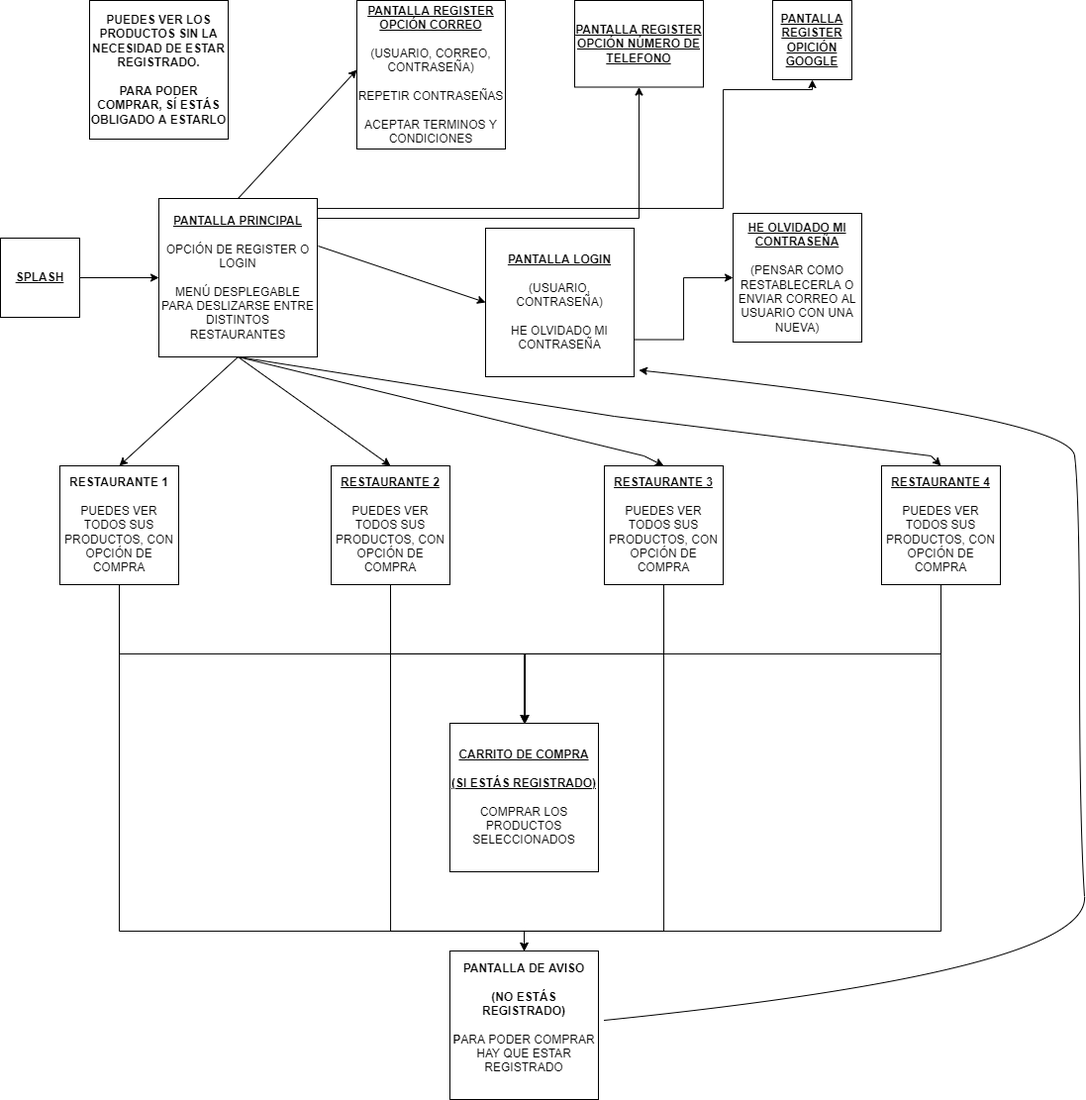
Earlier version of the draw.io export Diagrama sin título.drawio.png (angelcriber99/jerou). Source tidied: cells renumbered, new cells last; positions are measured from the earlier drawing's top-left corner, leaving out a move shared by most shapes.
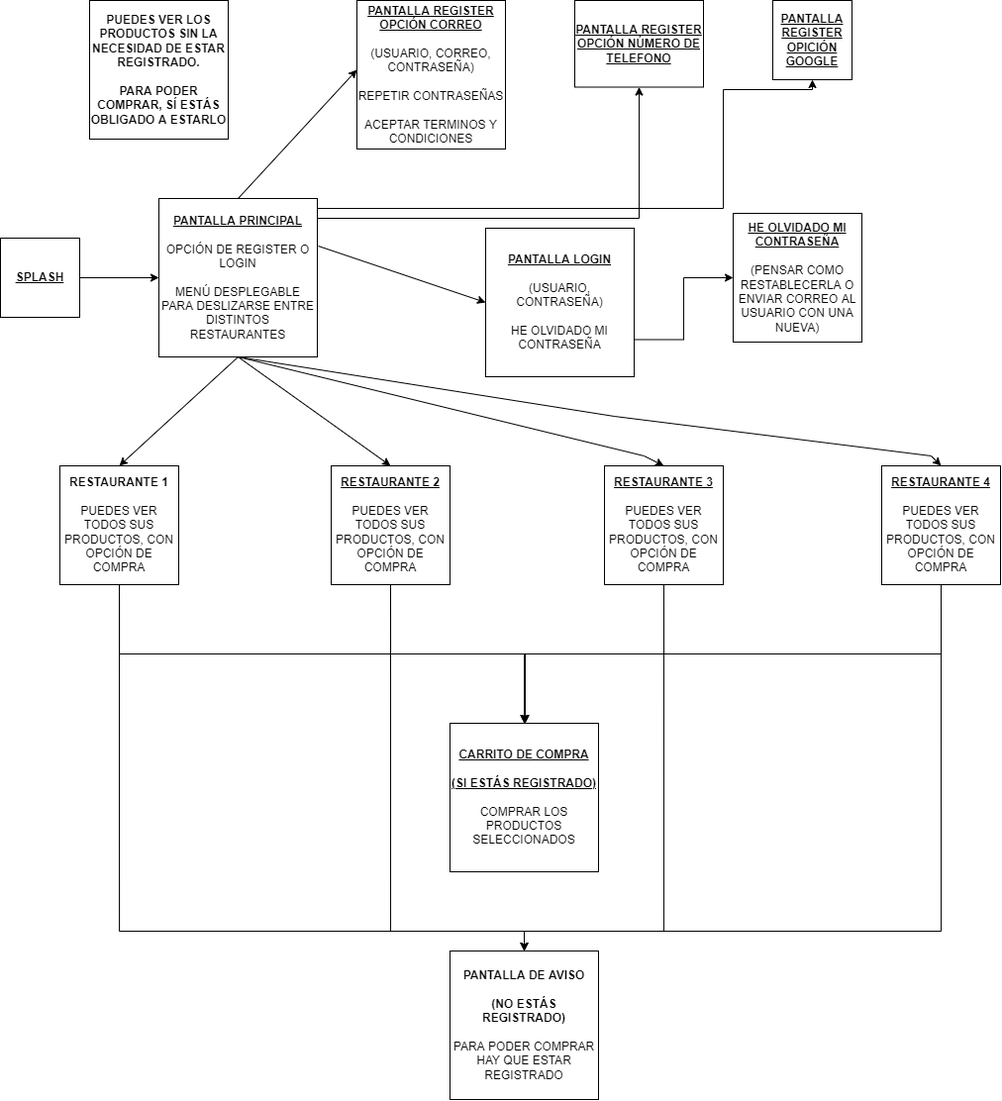
The same diagram one commit later.

The edit, as a diff of the source:
```diff
@@ -147,19 +147,8 @@
     <mxCell id="32" value="&lt;u style=&quot;font-weight: bold&quot;&gt;CARRITO DE COMPRA&lt;/u&gt;&lt;br&gt;&lt;br&gt;&lt;u style=&quot;font-weight: bold&quot;&gt;(SI ESTÁS REGISTRADO)&lt;/u&gt;&lt;br&gt;&lt;br&gt;COMPRAR LOS PRODUCTOS SELECCIONADOS" style="whiteSpace=wrap;html=1;" parent="1" vertex="1">
       <mxGeometry x="454" y="730" width="150" height="150" as="geometry" />
     </mxCell>
-    <mxCell id="33" value="&lt;b&gt;PANTALLA DE AVISO&lt;/b&gt;&lt;br&gt;&lt;br&gt;&lt;b&gt;(NO ESTÁS REGISTRADO)&lt;/b&gt;&lt;br&gt;&lt;br&gt;&lt;b&gt;P&lt;/b&gt;ARA PODER COMPRAR HAY QUE ESTAR REGISTRADO&lt;br&gt;&lt;br&gt;" style="whiteSpace=wrap;html=1;" parent="1" vertex="1">
+    <mxCell id="33" value="&lt;b&gt;PANTALLA DE AVISO&lt;/b&gt;&lt;br&gt;&lt;br&gt;&lt;b&gt;(NO ESTÁS REGISTRADO)&lt;/b&gt;&lt;br&gt;&lt;br&gt;PARA PODER COMPRAR HAY QUE ESTAR REGISTRADO&lt;br&gt;" style="whiteSpace=wrap;html=1;" parent="1" vertex="1">
       <mxGeometry x="454" y="960" width="150" height="150" as="geometry" />
     </mxCell>
-    <mxCell id="34" style="curved=1;endArrow=classic;html=1;rounded=0;entryX=1.033;entryY=0.956;entryDx=0;entryDy=0;entryPerimeter=0;" parent="1" edge="1" target="9">
-      <mxGeometry relative="1" as="geometry">
-        <mxPoint x="610" y="1030" as="sourcePoint" />
-        <Array as="points">
-          <mxPoint x="1100" y="980" />
-          <mxPoint x="1090" y="830" />
-          <mxPoint x="1090" y="500" />
-          <mxPoint x="1080" y="420" />
-        </Array>
-      </mxGeometry>
-    </mxCell>
   </root>
 </mxGraphModel>
```
